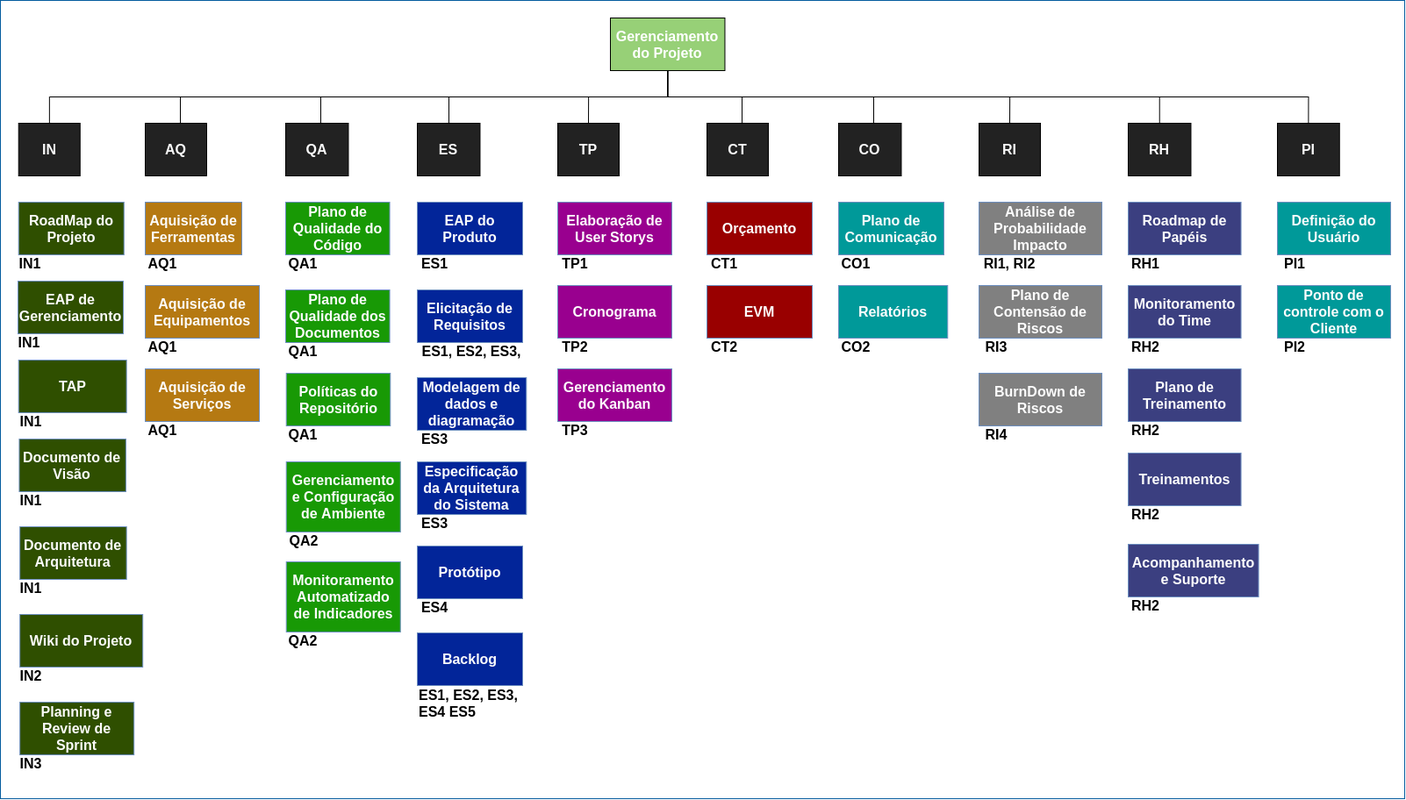
This is docs/roadmaps/eap/eap-Page-1.png from fga-eps-mds/2020.1-Grupo6, a draw.io export, as it was before one commit. Source tidied: cells renumbered, new cells last; positions are measured from the earlier drawing's top-left corner, leaving out a move shared by most shapes.
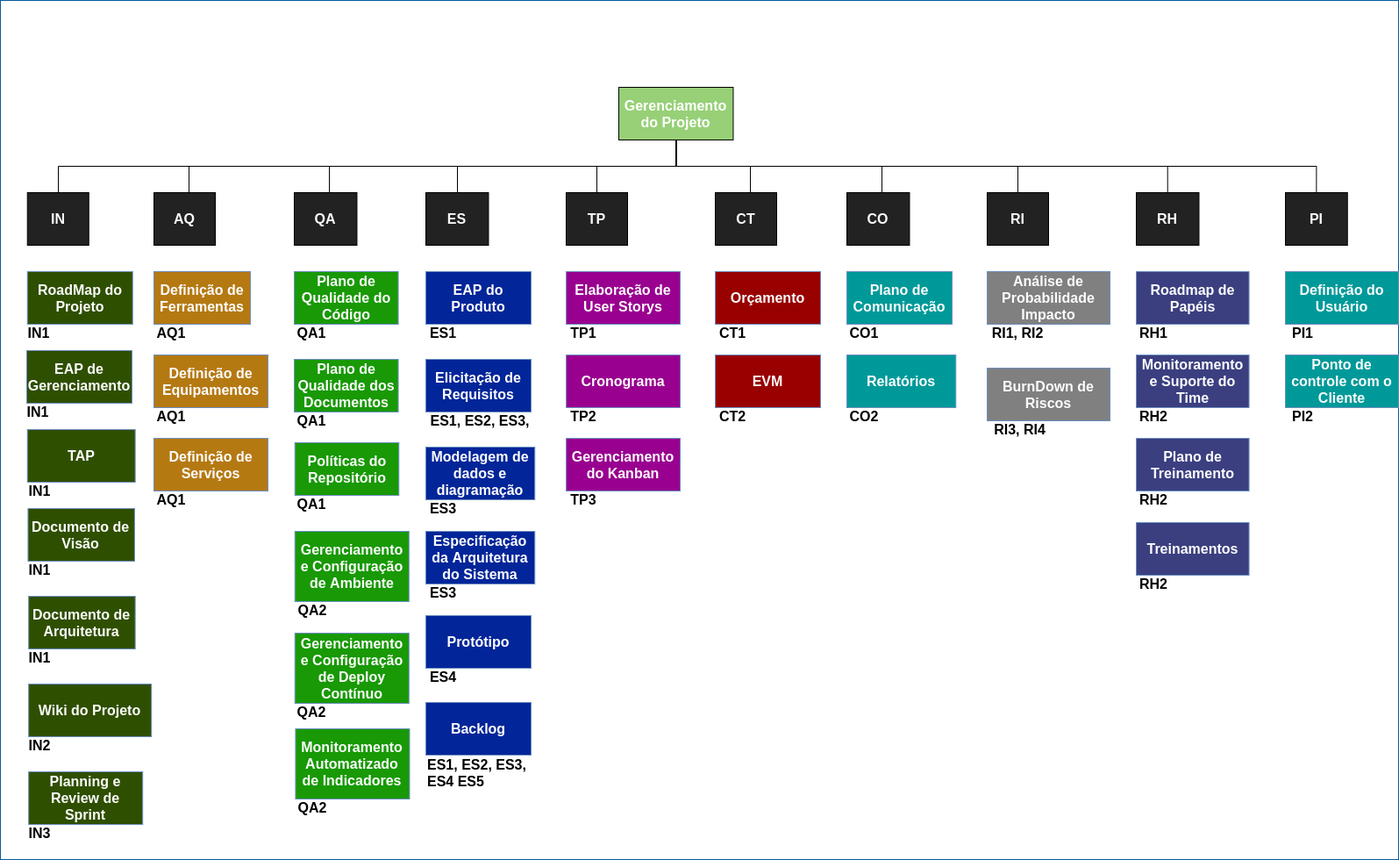
The same file after the commit.

The edit, as a diff of the source:
```diff
@@ -3,7 +3,7 @@
     <mxCell id="0" />
     <mxCell id="1" parent="0" />
     <mxCell id="2" style="rounded=0;whiteSpace=wrap;html=1;strokeColor=#055C9E;strokeWidth=1;fillColor=#FFFFFF;fontSize=11;fontColor=#FFFFFF;align=left;" parent="1" vertex="1">
-      <mxGeometry width="1600" height="910" as="geometry" />
+      <mxGeometry x="-10" y="-79" width="1594" height="979" as="geometry" />
     </mxCell>
     <mxCell id="3" value="EAP do Produto" style="rounded=0;whiteSpace=wrap;html=1;fontStyle=1;fontSize=16;strokeColor=#6c8ebf;fontColor=#FCFCFC;fillColor=#022599;" parent="1" vertex="1">
       <mxGeometry x="475" y="230" width="120" height="60" as="geometry" />
@@ -194,17 +194,11 @@
     <mxCell id="48" value="&lt;font color=&quot;#000000&quot; style=&quot;font-size: 16px&quot;&gt;&lt;b&gt;RI1, RI2&lt;/b&gt;&lt;/font&gt;" style="text;html=1;strokeColor=none;fillColor=none;align=center;verticalAlign=middle;whiteSpace=wrap;rounded=0;fontColor=#FFFFFF;" parent="1" vertex="1">
       <mxGeometry x="1115" y="290" width="70" height="20" as="geometry" />
     </mxCell>
-    <mxCell id="49" value="Plano de Contensão de Riscos" style="rounded=0;whiteSpace=wrap;html=1;fontStyle=1;fontSize=16;strokeColor=#6c8ebf;fontColor=#FCFCFC;fillColor=#808080;" parent="1" vertex="1">
-      <mxGeometry x="1115" y="325" width="140" height="60" as="geometry" />
-    </mxCell>
-    <mxCell id="50" value="&lt;font color=&quot;#000000&quot; style=&quot;font-size: 16px&quot;&gt;&lt;b&gt;RI3&lt;/b&gt;&lt;/font&gt;" style="text;html=1;strokeColor=none;fillColor=none;align=center;verticalAlign=middle;whiteSpace=wrap;rounded=0;fontColor=#FFFFFF;" parent="1" vertex="1">
-      <mxGeometry x="1115" y="385" width="40" height="20" as="geometry" />
-    </mxCell>
     <mxCell id="51" value="BurnDown de Riscos" style="rounded=0;whiteSpace=wrap;html=1;fontStyle=1;fontSize=16;strokeColor=#6c8ebf;fontColor=#FCFCFC;fillColor=#808080;" parent="1" vertex="1">
-      <mxGeometry x="1115" y="425" width="140" height="60" as="geometry" />
+      <mxGeometry x="1115" y="340" width="140" height="60" as="geometry" />
     </mxCell>
-    <mxCell id="52" value="&lt;font color=&quot;#000000&quot; style=&quot;font-size: 16px&quot;&gt;&lt;b&gt;RI4&lt;/b&gt;&lt;/font&gt;" style="text;html=1;strokeColor=none;fillColor=none;align=center;verticalAlign=middle;whiteSpace=wrap;rounded=0;fontColor=#FFFFFF;" parent="1" vertex="1">
-      <mxGeometry x="1115" y="485" width="40" height="20" as="geometry" />
+    <mxCell id="52" value="&lt;font color=&quot;#000000&quot; style=&quot;font-size: 16px&quot;&gt;&lt;b&gt;RI3, RI4&lt;/b&gt;&lt;/font&gt;" style="text;html=1;strokeColor=none;fillColor=none;align=center;verticalAlign=middle;whiteSpace=wrap;rounded=0;fontColor=#FFFFFF;" parent="1" vertex="1">
+      <mxGeometry x="1115" y="400" width="75" height="20" as="geometry" />
     </mxCell>
     <mxCell id="53" value="Roadmap de Papéis" style="rounded=0;whiteSpace=wrap;html=1;fontStyle=1;fontSize=16;strokeColor=#6c8ebf;fontColor=#FCFCFC;fillColor=#3B3F80;" parent="1" vertex="1">
       <mxGeometry x="1285" y="230" width="128.5" height="60" as="geometry" />
@@ -221,9 +215,6 @@
     <mxCell id="57" value="Treinamentos" style="rounded=0;whiteSpace=wrap;html=1;fontStyle=1;fontSize=16;strokeColor=#6c8ebf;fontColor=#FCFCFC;fillColor=#3B3F80;" parent="1" vertex="1">
       <mxGeometry x="1285" y="516" width="128.5" height="60" as="geometry" />
     </mxCell>
-    <mxCell id="58" value="Acompanhamento e Suporte" style="rounded=0;whiteSpace=wrap;html=1;fontStyle=1;fontSize=16;strokeColor=#6c8ebf;fontColor=#FCFCFC;fillColor=#3B3F80;" parent="1" vertex="1">
-      <mxGeometry x="1285" y="620" width="148.5" height="60" as="geometry" />
-    </mxCell>
     <mxCell id="59" value="Relatórios" style="rounded=0;whiteSpace=wrap;html=1;fontStyle=1;fontSize=16;strokeColor=#6c8ebf;fontColor=#FCFCFC;fillColor=#009999;" parent="1" vertex="1">
       <mxGeometry x="955" y="325" width="124.3" height="60" as="geometry" />
     </mxCell>
@@ -233,10 +224,7 @@
     <mxCell id="61" value="&lt;font color=&quot;#000000&quot; style=&quot;font-size: 16px&quot;&gt;&lt;b&gt;RH2&lt;/b&gt;&lt;/font&gt;" style="text;html=1;strokeColor=none;fillColor=none;align=center;verticalAlign=middle;whiteSpace=wrap;rounded=0;fontColor=#FFFFFF;" parent="1" vertex="1">
       <mxGeometry x="1285" y="576" width="40" height="20" as="geometry" />
     </mxCell>
-    <mxCell id="62" value="&lt;font color=&quot;#000000&quot; style=&quot;font-size: 16px&quot;&gt;&lt;b&gt;RH2&lt;/b&gt;&lt;/font&gt;" style="text;html=1;strokeColor=none;fillColor=none;align=center;verticalAlign=middle;whiteSpace=wrap;rounded=0;fontColor=#FFFFFF;" parent="1" vertex="1">
-      <mxGeometry x="1285" y="680" width="40" height="20" as="geometry" />
-    </mxCell>
-    <mxCell id="63" value="Monitoramento do Time" style="rounded=0;whiteSpace=wrap;html=1;fontStyle=1;fontSize=16;strokeColor=#6c8ebf;fontColor=#FCFCFC;fillColor=#3B3F80;" parent="1" vertex="1">
+    <mxCell id="63" value="Monitoramento e Suporte do Time" style="rounded=0;whiteSpace=wrap;html=1;fontStyle=1;fontSize=16;strokeColor=#6c8ebf;fontColor=#FCFCFC;fillColor=#3B3F80;" parent="1" vertex="1">
       <mxGeometry x="1285" y="325" width="128.5" height="60" as="geometry" />
     </mxCell>
     <mxCell id="64" value="&lt;font color=&quot;#000000&quot; style=&quot;font-size: 16px&quot;&gt;&lt;b&gt;RH2&lt;/b&gt;&lt;/font&gt;" style="text;html=1;strokeColor=none;fillColor=none;align=center;verticalAlign=middle;whiteSpace=wrap;rounded=0;fontColor=#FFFFFF;" parent="1" vertex="1">
@@ -320,13 +308,13 @@
     <mxCell id="90" value="&lt;font color=&quot;#000000&quot; style=&quot;font-size: 16px&quot;&gt;&lt;b&gt;IN2&lt;br&gt;&lt;/b&gt;&lt;/font&gt;" style="text;html=1;strokeColor=none;fillColor=none;align=center;verticalAlign=middle;whiteSpace=wrap;rounded=0;fontColor=#FFFFFF;" parent="1" vertex="1">
       <mxGeometry x="22.2" y="760" width="25.7" height="20" as="geometry" />
     </mxCell>
-    <mxCell id="91" value="Aquisição de Ferramentas" style="rounded=0;whiteSpace=wrap;html=1;fontStyle=1;fontSize=16;strokeColor=#6c8ebf;fontColor=#FCFCFC;fillColor=#B57912;" parent="1" vertex="1">
+    <mxCell id="91" value="Definição de Ferramentas" style="rounded=0;whiteSpace=wrap;html=1;fontStyle=1;fontSize=16;strokeColor=#6c8ebf;fontColor=#FCFCFC;fillColor=#B57912;" parent="1" vertex="1">
       <mxGeometry x="165" y="230" width="110" height="60" as="geometry" />
     </mxCell>
-    <mxCell id="92" value="Aquisição de Equipamentos" style="rounded=0;whiteSpace=wrap;html=1;fontStyle=1;fontSize=16;strokeColor=#6c8ebf;fontColor=#FCFCFC;fillColor=#B57912;" parent="1" vertex="1">
+    <mxCell id="92" value="Definição de Equipamentos" style="rounded=0;whiteSpace=wrap;html=1;fontStyle=1;fontSize=16;strokeColor=#6c8ebf;fontColor=#FCFCFC;fillColor=#B57912;" parent="1" vertex="1">
       <mxGeometry x="165" y="325" width="130" height="60" as="geometry" />
     </mxCell>
-    <mxCell id="93" value="Aquisição de Serviços" style="rounded=0;whiteSpace=wrap;html=1;fontStyle=1;fontSize=16;strokeColor=#6c8ebf;fontColor=#FCFCFC;fillColor=#B57912;" parent="1" vertex="1">
+    <mxCell id="93" value="Definição de Serviços" style="rounded=0;whiteSpace=wrap;html=1;fontStyle=1;fontSize=16;strokeColor=#6c8ebf;fontColor=#FCFCFC;fillColor=#B57912;" parent="1" vertex="1">
       <mxGeometry x="165" y="420" width="130" height="60" as="geometry" />
     </mxCell>
     <mxCell id="94" value="&lt;font color=&quot;#000000&quot; style=&quot;font-size: 16px&quot;&gt;&lt;b&gt;TP3&lt;br&gt;&lt;/b&gt;&lt;/font&gt;" style="text;html=1;strokeColor=none;fillColor=none;align=center;verticalAlign=middle;whiteSpace=wrap;rounded=0;fontColor=#FFFFFF;" parent="1" vertex="1">
@@ -341,11 +329,17 @@
     <mxCell id="97" value="&lt;font color=&quot;#000000&quot; style=&quot;font-size: 16px&quot;&gt;&lt;b&gt;AQ1&lt;/b&gt;&lt;/font&gt;" style="text;html=1;strokeColor=none;fillColor=none;align=center;verticalAlign=middle;whiteSpace=wrap;rounded=0;fontColor=#FFFFFF;" parent="1" vertex="1">
       <mxGeometry x="165" y="480" width="40" height="20" as="geometry" />
     </mxCell>
-    <mxCell id="98" value="Monitoramento Automatizado de Indicadores" style="rounded=0;whiteSpace=wrap;html=1;fontStyle=1;fontSize=16;strokeColor=#6c8ebf;fontColor=#FCFCFC;fillColor=#189905;" parent="1" vertex="1">
-      <mxGeometry x="325.7" y="640" width="130" height="80" as="geometry" />
+    <mxCell id="98" value="Gerenciamento e Configuração de Deploy Contínuo" style="rounded=0;whiteSpace=wrap;html=1;fontStyle=1;fontSize=16;strokeColor=#6c8ebf;fontColor=#FCFCFC;fillColor=#189905;" parent="1" vertex="1">
+      <mxGeometry x="325.7" y="642" width="130" height="80" as="geometry" />
     </mxCell>
     <mxCell id="99" value="&lt;font color=&quot;#000000&quot; style=&quot;font-size: 16px&quot;&gt;&lt;b&gt;QA2&lt;/b&gt;&lt;/font&gt;" style="text;html=1;strokeColor=none;fillColor=none;align=center;verticalAlign=middle;whiteSpace=wrap;rounded=0;fontColor=#FFFFFF;" parent="1" vertex="1">
-      <mxGeometry x="325" y="720" width="40" height="20" as="geometry" />
+      <mxGeometry x="325" y="722" width="40" height="20" as="geometry" />
     </mxCell>
+    <mxCell id="100" value="&lt;font color=&quot;#000000&quot; style=&quot;font-size: 16px&quot;&gt;&lt;b&gt;QA2&lt;/b&gt;&lt;/font&gt;" style="text;html=1;strokeColor=none;fillColor=none;align=center;verticalAlign=middle;whiteSpace=wrap;rounded=0;fontColor=#FFFFFF;" parent="1" vertex="1">
+      <mxGeometry x="325.7" y="831" width="40" height="20" as="geometry" />
+    </mxCell>
+    <mxCell id="101" value="Monitoramento Automatizado de Indicadores" style="rounded=0;whiteSpace=wrap;html=1;fontStyle=1;fontSize=16;strokeColor=#6c8ebf;fontColor=#FCFCFC;fillColor=#189905;" parent="1" vertex="1">
+      <mxGeometry x="326.5" y="751" width="130" height="80" as="geometry" />
+    </mxCell>
   </root>
 </mxGraphModel>
```
